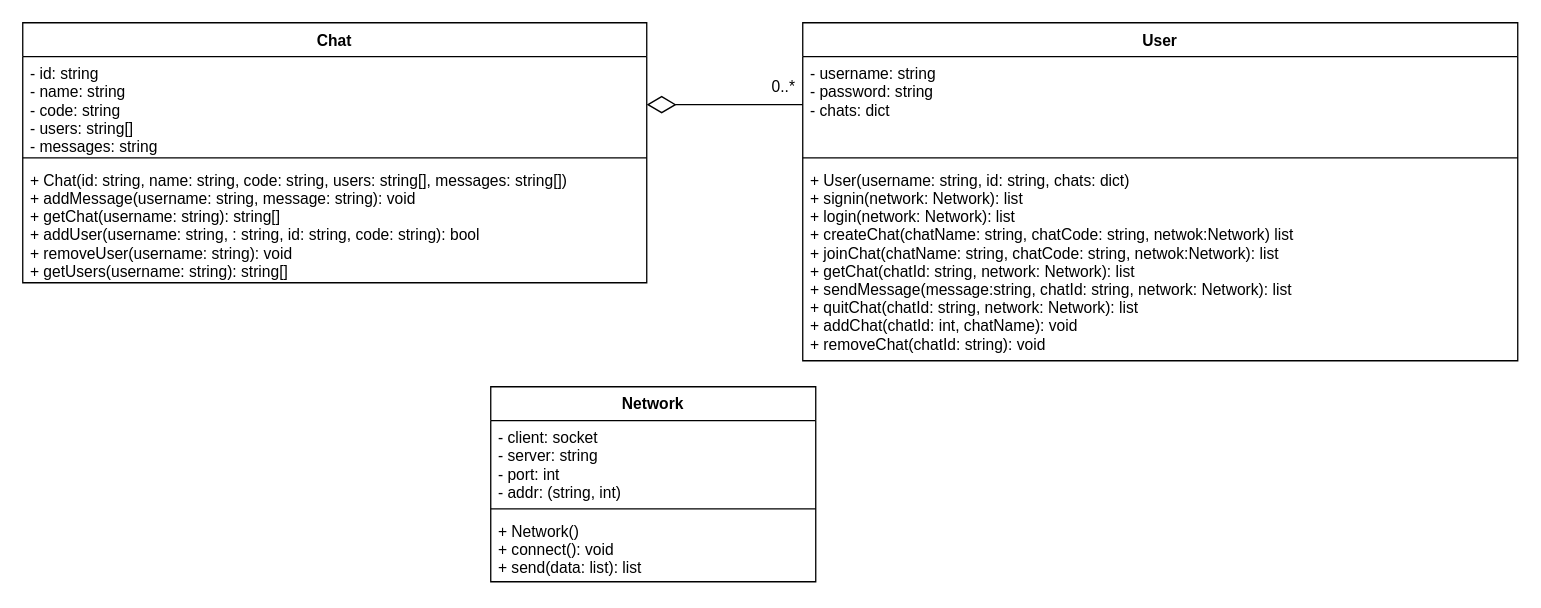
Above: HowdyProject/UML/ClassDiagram.drawio in Mo27x/pyclan (draw.io), before the change. Source tidied: cells renumbered, new cells numbered last; positions are measured from the earlier drawing's top-left corner, leaving out a move shared by most shapes. Both pictures are drawn from the tidied source at 130%, with x=0, y=0 at pixel (22, 22).
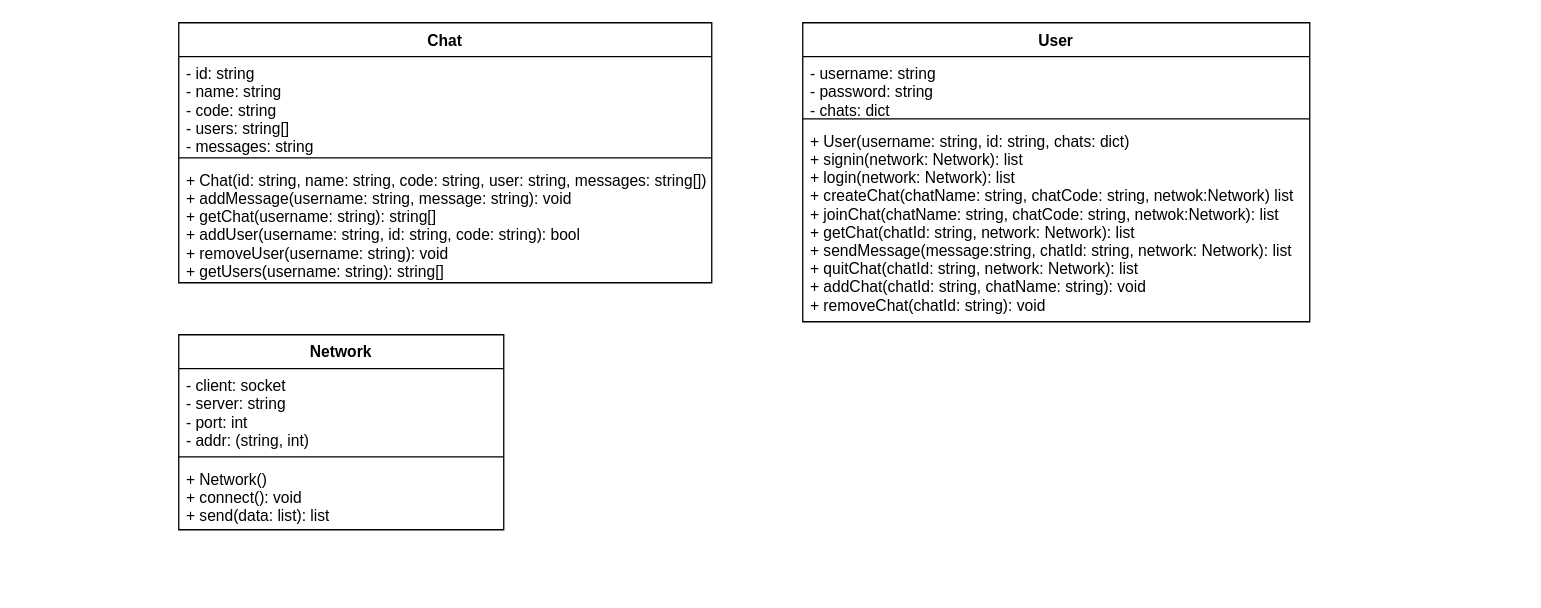
The same page after the edit.

Commit message (it also covers changes not shown here):
Updated UML and reformatted code

The edit, as a diff of the source:
```diff
@@
 <mxGraphModel>
   <root>
     <mxCell id="0" />
     <mxCell id="1" parent="0" />
     <mxCell id="2" value="User" style="swimlane;fontStyle=1;align=center;verticalAlign=top;horizontal=1;startSize=26;" parent="1" vertex="1">
-      <mxGeometry x="600" width="550" height="260" as="geometry" />
+      <mxGeometry x="600" width="390" height="230" as="geometry" />
     </mxCell>
     <mxCell id="3" value="- username: string&#10;- password: string&#10;- chats: dict" style="text;strokeColor=none;fillColor=none;align=left;verticalAlign=top;spacingLeft=4;spacingRight=4;overflow=hidden;points=[[0,0.5],[1,0.5]];portConstraint=eastwest;" parent="2" vertex="1">
-      <mxGeometry y="26" width="550" height="74" as="geometry" />
+      <mxGeometry y="26" width="390" height="44" as="geometry" />
     </mxCell>
     <mxCell id="4" style="line;strokeWidth=1;fillColor=none;align=left;verticalAlign=middle;spacingTop=-1;spacingLeft=3;spacingRight=3;labelPosition=right;" parent="2" vertex="1">
-      <mxGeometry y="100" width="550" height="8" as="geometry" />
+      <mxGeometry y="70" width="390" height="8" as="geometry" />
     </mxCell>
-    <mxCell id="5" value="+ User(username: string, id: string, chats: dict)&#10;+ signin(network: Network): list&#10;+ login(network: Network): list&#10;+ createChat(chatName: string, chatCode: string, netwok:Network) list&#10;+ joinChat(chatName: string, chatCode: string, netwok:Network): list&#10;+ getChat(chatId: string, network: Network): list&#10;+ sendMessage(message:string, chatId: string, network: Network): list&#10;+ quitChat(chatId: string, network: Network): list&#10;+ addChat(chatId: int, chatName): void&#10;+ removeChat(chatId: string): void" style="text;strokeColor=none;fillColor=none;align=left;verticalAlign=top;spacingLeft=4;spacingRight=4;overflow=hidden;" parent="2" vertex="1">
-      <mxGeometry y="108" width="550" height="152" as="geometry" />
+    <mxCell id="5" value="+ User(username: string, id: string, chats: dict)&#10;+ signin(network: Network): list&#10;+ login(network: Network): list&#10;+ createChat(chatName: string, chatCode: string, netwok:Network) list&#10;+ joinChat(chatName: string, chatCode: string, netwok:Network): list&#10;+ getChat(chatId: string, network: Network): list&#10;+ sendMessage(message:string, chatId: string, network: Network): list&#10;+ quitChat(chatId: string, network: Network): list&#10;+ addChat(chatId: string, chatName: string): void&#10;+ removeChat(chatId: string): void" style="text;strokeColor=none;fillColor=none;align=left;verticalAlign=top;spacingLeft=4;spacingRight=4;overflow=hidden;" parent="2" vertex="1">
+      <mxGeometry y="78" width="390" height="152" as="geometry" />
     </mxCell>
     <mxCell id="6" value="Chat" style="swimlane;fontStyle=1;align=center;verticalAlign=top;horizontal=1;startSize=26;" parent="1" vertex="1">
-      <mxGeometry width="480" height="200" as="geometry" />
+      <mxGeometry x="120" width="410" height="200" as="geometry" />
     </mxCell>
     <mxCell id="7" value="- id: string&#10;- name: string&#10;- code: string&#10;- users: string[]&#10;- messages: string" style="text;strokeColor=none;fillColor=none;align=left;verticalAlign=top;spacingLeft=4;spacingRight=4;overflow=hidden;points=[[0,0.5],[1,0.5]];portConstraint=eastwest;" parent="6" vertex="1">
-      <mxGeometry y="26" width="480" height="74" as="geometry" />
+      <mxGeometry y="26" width="410" height="74" as="geometry" />
     </mxCell>
     <mxCell id="8" style="line;strokeWidth=1;fillColor=none;align=left;verticalAlign=middle;spacingTop=-1;spacingLeft=3;spacingRight=3;labelPosition=right;" parent="6" vertex="1">
-      <mxGeometry y="100" width="480" height="8" as="geometry" />
+      <mxGeometry y="100" width="410" height="8" as="geometry" />
     </mxCell>
-    <mxCell id="9" value="+ Chat(id: string, name: string, code: string, users: string[], messages: string[])&#10;+ addMessage(username: string, message: string): void&#10;+ getChat(username: string): string[]&#10;+ addUser(username: string, : string, id: string, code: string): bool&#10;+ removeUser(username: string): void&#10;+ getUsers(username: string): string[]" style="text;strokeColor=none;fillColor=none;align=left;verticalAlign=top;spacingLeft=4;spacingRight=4;overflow=hidden;" parent="6" vertex="1">
-      <mxGeometry y="108" width="480" height="92" as="geometry" />
+    <mxCell id="9" value="+ Chat(id: string, name: string, code: string, user: string, messages: string[])&#10;+ addMessage(username: string, message: string): void&#10;+ getChat(username: string): string[]&#10;+ addUser(username: string, id: string, code: string): bool&#10;+ removeUser(username: string): void&#10;+ getUsers(username: string): string[]" style="text;strokeColor=none;fillColor=none;align=left;verticalAlign=top;spacingLeft=4;spacingRight=4;overflow=hidden;" parent="6" vertex="1">
+      <mxGeometry y="108" width="410" height="92" as="geometry" />
     </mxCell>
     <mxCell id="10" value="Network" style="swimlane;fontStyle=1;align=center;verticalAlign=top;horizontal=1;startSize=26;" parent="1" vertex="1">
-      <mxGeometry x="360" y="280" width="250" height="150" as="geometry" />
+      <mxGeometry x="120" y="240" width="250" height="150" as="geometry" />
     </mxCell>
     <mxCell id="11" value="- client: socket&#10;- server: string&#10;- port: int&#10;- addr: (string, int)" style="text;strokeColor=none;fillColor=none;align=left;verticalAlign=top;spacingLeft=4;spacingRight=4;overflow=hidden;" parent="10" vertex="1">
       <mxGeometry y="26" width="250" height="64" as="geometry" />
     </mxCell>
     <mxCell id="12" style="line;strokeWidth=1;fillColor=none;align=left;verticalAlign=middle;spacingTop=-1;spacingLeft=3;spacingRight=3;labelPosition=right;" parent="10" vertex="1">
       <mxGeometry y="90" width="250" height="8" as="geometry" />
     </mxCell>
     <mxCell id="13" value="+ Network()&#10;+ connect(): void&#10;+ send(data: list): list" style="text;strokeColor=none;fillColor=none;align=left;verticalAlign=top;spacingLeft=4;spacingRight=4;overflow=hidden;" parent="10" vertex="1">
       <mxGeometry y="98" width="250" height="52" as="geometry" />
     </mxCell>
-    <mxCell id="14" style="endArrow=none;html=1;startSize=20;startArrow=diamondThin;startFill=0;entryX=0;entryY=0.5;entryDx=0;entryDy=0;exitX=1;exitY=0.5;exitDx=0;exitDy=0;" parent="1" edge="1" source="7" target="3">
-      <mxGeometry relative="1" as="geometry" />
-    </mxCell>
-    <mxCell id="15" value="0..*" style="text;html=1;align=center;verticalAlign=middle;strokeColor=none;" parent="1" vertex="1">
-      <mxGeometry x="570" y="40" width="30" height="20" as="geometry" />
-    </mxCell>
   </root>
 </mxGraphModel>
```
